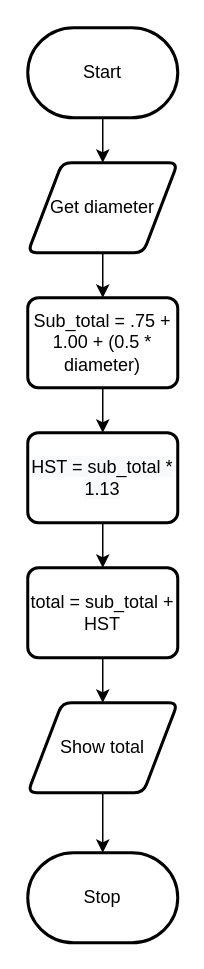
Peter-Gemmell/ICS3U-Unit4-07-Python keeps this draw.io diagram as Draw.io/Flowchart.drawio. Above is the earlier version. Source tidied: cells renumbered, new cells numbered last; positions are measured from the earlier drawing's top-left corner, leaving out a move shared by most shapes. Both pictures are drawn from the tidied source at 150%, with x=0, y=0 at pixel (27, 27).
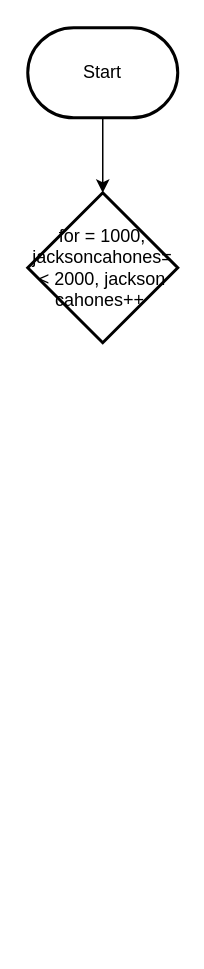
Above is the later version.

Diff of the diagram source:
```diff
@@
 <mxGraphModel>
   <root>
     <mxCell id="0" />
     <mxCell id="1" parent="0" />
-    <mxCell id="2" style="edgeStyle=none;html=1;" parent="1" edge="1" source="3" target="5">
-      <mxGeometry relative="1" as="geometry" />
-    </mxCell>
+    <mxCell id="15" style="edgeStyle=none;html=1;entryX=0.5;entryY=0;entryDx=0;entryDy=0;entryPerimeter=0;" parent="1" edge="1" source="3" target="16">
+      <mxGeometry relative="1" as="geometry" />
+    </mxCell>
     <mxCell id="3" value="Start" style="strokeWidth=2;html=1;shape=mxgraph.flowchart.terminator;whiteSpace=wrap;" parent="1" vertex="1">
       <mxGeometry width="100" height="60" as="geometry" />
     </mxCell>
-    <mxCell id="4" style="edgeStyle=none;html=1;" parent="1" edge="1" source="5" target="7">
-      <mxGeometry relative="1" as="geometry" />
-    </mxCell>
-    <mxCell id="5" value="Get diameter" style="shape=parallelogram;html=1;strokeWidth=2;perimeter=parallelogramPerimeter;whiteSpace=wrap;rounded=1;arcSize=12;size=0.23;" parent="1" vertex="1">
-      <mxGeometry y="90" width="100" height="60" as="geometry" />
-    </mxCell>
-    <mxCell id="6" style="edgeStyle=none;html=1;" parent="1" edge="1" source="7" target="9">
-      <mxGeometry relative="1" as="geometry" />
-    </mxCell>
-    <mxCell id="7" value="&lt;span&gt;Sub_total = .75 + 1.00 + (0.5 * diameter)&lt;/span&gt;" style="rounded=1;whiteSpace=wrap;html=1;absoluteArcSize=1;arcSize=14;strokeWidth=2;" parent="1" vertex="1">
-      <mxGeometry y="180" width="100" height="60" as="geometry" />
-    </mxCell>
-    <mxCell id="8" style="edgeStyle=none;html=1;" parent="1" edge="1" source="9" target="11">
-      <mxGeometry relative="1" as="geometry" />
-    </mxCell>
-    <mxCell id="9" value="&#10;&#10;&lt;span style=&quot;color: rgb(0, 0, 0); font-family: helvetica; font-size: 12px; font-style: normal; font-weight: 400; letter-spacing: normal; text-align: center; text-indent: 0px; text-transform: none; word-spacing: 0px; background-color: rgb(248, 249, 250); display: inline; float: none;&quot;&gt;HST = sub_total * 1.13&lt;/span&gt;&#10;&#10;" style="rounded=1;whiteSpace=wrap;html=1;absoluteArcSize=1;arcSize=14;strokeWidth=2;" parent="1" vertex="1">
-      <mxGeometry y="270" width="100" height="60" as="geometry" />
-    </mxCell>
-    <mxCell id="10" style="edgeStyle=none;html=1;" parent="1" edge="1" source="11" target="13">
-      <mxGeometry relative="1" as="geometry" />
-    </mxCell>
-    <mxCell id="11" value="&lt;span&gt;total = sub_total + HST&lt;/span&gt;" style="rounded=1;whiteSpace=wrap;html=1;absoluteArcSize=1;arcSize=14;strokeWidth=2;" parent="1" vertex="1">
-      <mxGeometry y="360" width="100" height="60" as="geometry" />
-    </mxCell>
-    <mxCell id="12" style="edgeStyle=none;html=1;" parent="1" edge="1" source="13" target="14">
-      <mxGeometry relative="1" as="geometry" />
-    </mxCell>
-    <mxCell id="13" value="Show total" style="shape=parallelogram;html=1;strokeWidth=2;perimeter=parallelogramPerimeter;whiteSpace=wrap;rounded=1;arcSize=12;size=0.23;" parent="1" vertex="1">
-      <mxGeometry y="450" width="100" height="60" as="geometry" />
-    </mxCell>
-    <mxCell id="14" value="Stop" style="strokeWidth=2;html=1;shape=mxgraph.flowchart.terminator;whiteSpace=wrap;" parent="1" vertex="1">
-      <mxGeometry y="550" width="100" height="60" as="geometry" />
-    </mxCell>
+    <mxCell id="16" value="for = 1000, jacksoncahones=&amp;lt; 2000, jackson cahones++&amp;nbsp;" style="strokeWidth=2;html=1;shape=mxgraph.flowchart.decision;whiteSpace=wrap;" parent="1" vertex="1">
+      <mxGeometry y="110" width="100" height="100" as="geometry" />
+    </mxCell>
   </root>
 </mxGraphModel>
```
